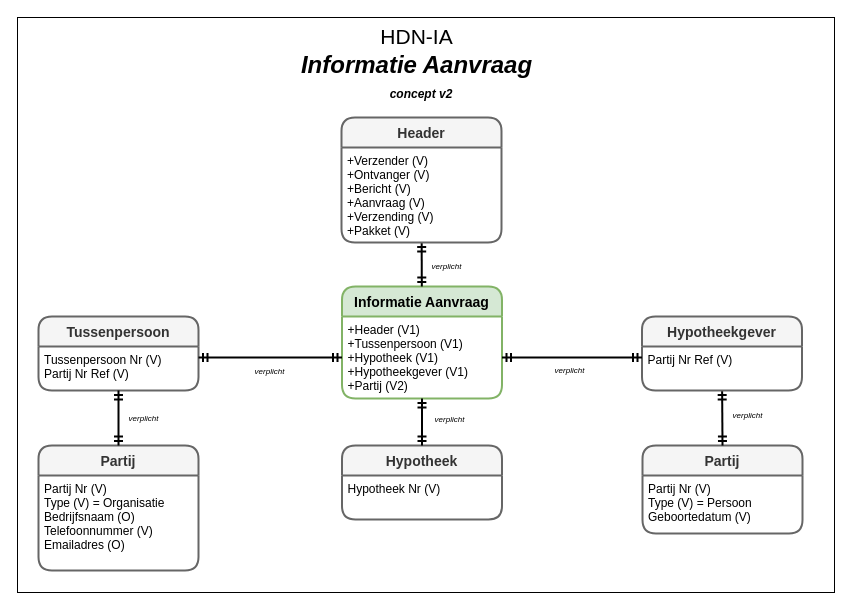
luchthandel/diagrams keeps this draw.io diagram as page "IA-bericht Variant" (8 of 20) of 3rdPartyDatasharing-HDN-IA-IX.drawio. Above is the earlier version. Source tidied: cells renumbered, new cells numbered last; positions are measured from the earlier drawing's top-left corner, leaving out a move shared by most shapes. Both pictures are drawn from the tidied source at 100%, with x=0, y=0 at pixel (17, 17).
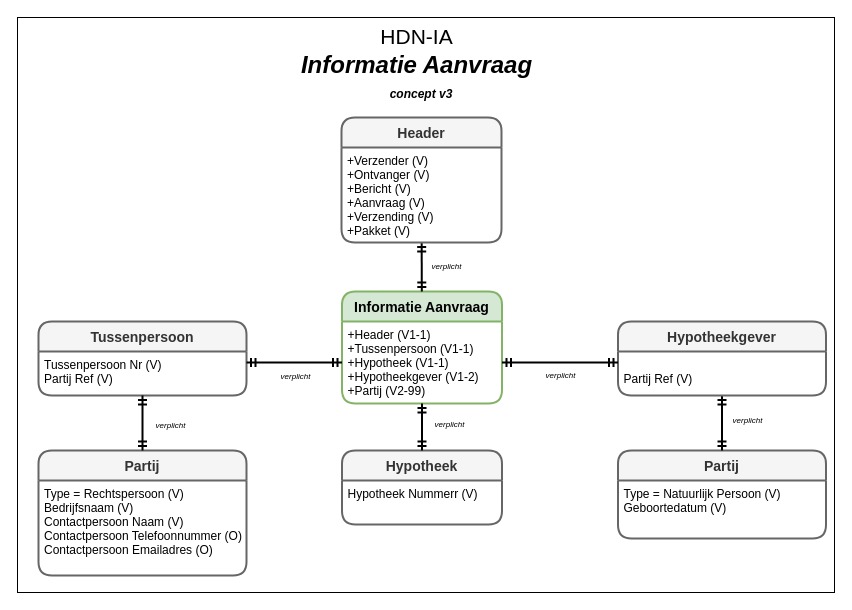
Above is the later version.

Diff of the diagram source:
```diff
@@
     <mxCell id="3" value="Partij" style="swimlane;horizontal=1;startSize=30;fillColor=#f5f5f5;fontColor=#333333;rounded=1;fontSize=14;fontStyle=1;strokeWidth=2;shadow=0;dashed=0;align=center;strokeColor=#666666;" parent="1" vertex="1">
-      <mxGeometry x="625" y="428" width="160" height="88" as="geometry" />
+      <mxGeometry x="600.5" y="433" width="208" height="88" as="geometry" />
     </mxCell>
-    <mxCell id="4" value="Partij Nr (V)&#10;Type (V) = Persoon&#10;Geboortedatum (V)" style="align=left;strokeColor=none;fillColor=none;spacingLeft=4;fontSize=12;verticalAlign=top;" parent="3" vertex="1">
-      <mxGeometry y="30" width="160" height="58" as="geometry" />
+    <mxCell id="4" value="Type = Natuurlijk Persoon (V)&#10;Geboortedatum (V)" style="align=left;strokeColor=none;fillColor=none;spacingLeft=4;fontSize=12;verticalAlign=top;" parent="3" vertex="1">
+      <mxGeometry y="30" width="208" height="58" as="geometry" />
     </mxCell>
@@
     <mxCell id="6" value="Tussenpersoon" style="swimlane;horizontal=1;startSize=30;fillColor=#f5f5f5;fontColor=#333333;rounded=1;fontSize=14;fontStyle=1;strokeWidth=2;shadow=0;dashed=0;align=center;strokeColor=#666666;" parent="1" vertex="1">
-      <mxGeometry x="21" y="299" width="160" height="74" as="geometry" />
+      <mxGeometry x="21" y="304" width="208" height="74" as="geometry" />
     </mxCell>
-    <mxCell id="7" value="Tussenpersoon Nr (V)&#10;Partij Nr Ref (V)" style="align=left;strokeColor=none;fillColor=none;spacingLeft=4;fontSize=12;verticalAlign=top;" parent="6" vertex="1">
-      <mxGeometry y="30" width="160" height="44" as="geometry" />
+    <mxCell id="7" value="Tussenpersoon Nr (V)&#10;Partij Ref (V)" style="align=left;strokeColor=none;fillColor=none;spacingLeft=4;fontSize=12;verticalAlign=top;" parent="6" vertex="1">
+      <mxGeometry y="30" width="208" height="44" as="geometry" />
     </mxCell>
     <mxCell id="8" value="Hypotheek" style="swimlane;horizontal=1;startSize=30;fillColor=#f5f5f5;rounded=1;fontSize=14;fontStyle=1;strokeWidth=2;shadow=0;dashed=0;align=center;strokeColor=#666666;fontColor=#333333;" parent="1" vertex="1">
-      <mxGeometry x="324.5" y="428" width="160" height="74" as="geometry" />
+      <mxGeometry x="324.5" y="433" width="160" height="74" as="geometry" />
     </mxCell>
-    <mxCell id="9" value="Hypotheek Nr (V)" style="align=left;strokeColor=none;fillColor=none;spacingLeft=4;fontSize=12;verticalAlign=top;" parent="8" vertex="1">
+    <mxCell id="9" value="Hypotheek Nummerr (V)" style="align=left;strokeColor=none;fillColor=none;spacingLeft=4;fontSize=12;verticalAlign=top;" parent="8" vertex="1">
       <mxGeometry y="30" width="160" height="44" as="geometry" />
     </mxCell>
     <mxCell id="10" value="Hypotheekgever" style="swimlane;horizontal=1;startSize=30;fillColor=#f5f5f5;fontColor=#333333;rounded=1;fontSize=14;fontStyle=1;strokeWidth=2;shadow=0;dashed=0;align=center;strokeColor=#666666;" parent="1" vertex="1">
-      <mxGeometry x="624.5" y="299" width="160" height="74" as="geometry" />
+      <mxGeometry x="600.5" y="304" width="208" height="74" as="geometry" />
     </mxCell>
-    <mxCell id="11" value="Partij Nr Ref (V)" style="align=left;strokeColor=none;fillColor=none;spacingLeft=4;fontSize=12;verticalAlign=top;" parent="10" vertex="1">
-      <mxGeometry y="30" width="160" height="44" as="geometry" />
+    <mxCell id="11" value="&#10;Partij Ref (V)" style="align=left;strokeColor=none;fillColor=none;spacingLeft=4;fontSize=12;verticalAlign=top;" parent="10" vertex="1">
+      <mxGeometry y="30" width="208" height="44" as="geometry" />
     </mxCell>
     <mxCell id="12" value="Informatie Aanvraag" style="swimlane;horizontal=1;startSize=30;fillColor=#d5e8d4;rounded=1;fontSize=14;fontStyle=1;strokeWidth=2;shadow=0;dashed=0;align=center;strokeColor=#82b366;" parent="1" vertex="1">
-      <mxGeometry x="324.5" y="269" width="160" height="112" as="geometry" />
+      <mxGeometry x="324.5" y="274" width="160" height="112" as="geometry" />
     </mxCell>
-    <mxCell id="13" value="+Header (V1)&#10;+Tussenpersoon (V1)&#10;+Hypotheek (V1)&#10;+Hypotheekgever (V1)&#10;+Partij (V2)" style="align=left;strokeColor=none;fillColor=none;spacingLeft=4;fontSize=12;verticalAlign=top;" parent="12" vertex="1">
+    <mxCell id="13" value="+Header (V1-1)&#10;+Tussenpersoon (V1-1)&#10;+Hypotheek (V1-1)&#10;+Hypotheekgever (V1-2)&#10;+Partij (V2-99)" style="align=left;strokeColor=none;fillColor=none;spacingLeft=4;fontSize=12;verticalAlign=top;" parent="12" vertex="1">
       <mxGeometry y="30" width="160" height="82" as="geometry" />
     </mxCell>
@@
     <mxCell id="17" value="verplicht" style="text;html=1;fontStyle=2;fontSize=8;align=center;" parent="1" vertex="1">
-      <mxGeometry x="181" y="343" width="141" height="30" as="geometry" />
+      <mxGeometry x="229" y="348" width="98" height="30" as="geometry" />
     </mxCell>
@@
     <mxCell id="21" value="verplicht" style="text;html=1;fontStyle=2;fontSize=8;verticalAlign=middle;align=center;" parent="1" vertex="1">
-      <mxGeometry x="705" y="370" width="50" height="56" as="geometry" />
+      <mxGeometry x="705" y="375" width="50" height="56" as="geometry" />
     </mxCell>
     <mxCell id="22" value="verplicht" style="text;html=1;fontStyle=2;fontSize=8;align=center;verticalAlign=middle;" parent="1" vertex="1">
-      <mxGeometry x="407" y="376" width="50" height="51" as="geometry" />
+      <mxGeometry x="407" y="381" width="50" height="51" as="geometry" />
     </mxCell>
     <mxCell id="23" value="verplicht" style="text;html=1;fontStyle=2;fontSize=8;align=center;" parent="1" vertex="1">
-      <mxGeometry x="484.5" y="342" width="134" height="26" as="geometry" />
+      <mxGeometry x="488" y="347" width="110" height="26" as="geometry" />
     </mxCell>
@@
     <mxCell id="25" value="Partij" style="swimlane;horizontal=1;startSize=30;fillColor=#f5f5f5;fontColor=#333333;rounded=1;fontSize=14;fontStyle=1;strokeWidth=2;shadow=0;dashed=0;align=center;strokeColor=#666666;" parent="1" vertex="1">
-      <mxGeometry x="21" y="428" width="160" height="125" as="geometry" />
+      <mxGeometry x="21" y="433" width="208" height="125" as="geometry" />
     </mxCell>
-    <mxCell id="26" value="Partij Nr (V)&#10;Type (V) = Organisatie&#10;Bedrijfsnaam (O)&#10;Telefoonnummer (V)&#10;Emailadres (O)" style="align=left;strokeColor=none;fillColor=none;spacingLeft=4;fontSize=12;verticalAlign=top;" parent="25" vertex="1">
-      <mxGeometry y="30" width="160" height="95" as="geometry" />
+    <mxCell id="26" value="Type = Rechtspersoon (V)&#10;Bedrijfsnaam (V)&#10;Contactpersoon Naam (V)&#10;Contactpersoon Telefoonnummer (O)&#10;Contactpersoon Emailadres (O)" style="align=left;strokeColor=none;fillColor=none;spacingLeft=4;fontSize=12;verticalAlign=top;" parent="25" vertex="1">
+      <mxGeometry y="30" width="208" height="95" as="geometry" />
     </mxCell>
     <mxCell id="27" value="verplicht" style="text;html=1;fontStyle=2;fontSize=8;align=center;verticalAlign=middle;" parent="1" vertex="1">
-      <mxGeometry x="101" y="376" width="50" height="49" as="geometry" />
+      <mxGeometry x="128" y="383" width="50" height="49" as="geometry" />
     </mxCell>
@@
-    <mxCell id="32" value="&lt;font&gt;&lt;b&gt;&lt;i&gt;concept v2&lt;/i&gt;&lt;/b&gt;&lt;br&gt;&lt;/font&gt;" style="text;html=1;strokeColor=none;fillColor=none;align=center;verticalAlign=middle;whiteSpace=wrap;rounded=0;" parent="1" vertex="1">
+    <mxCell id="32" value="&lt;font&gt;&lt;b&gt;&lt;i&gt;concept v3&lt;/i&gt;&lt;/b&gt;&lt;br&gt;&lt;/font&gt;" style="text;html=1;strokeColor=none;fillColor=none;align=center;verticalAlign=middle;whiteSpace=wrap;rounded=0;" parent="1" vertex="1">
       <mxGeometry x="334" y="67" width="140" height="19" as="geometry" />
     </mxCell>
```
